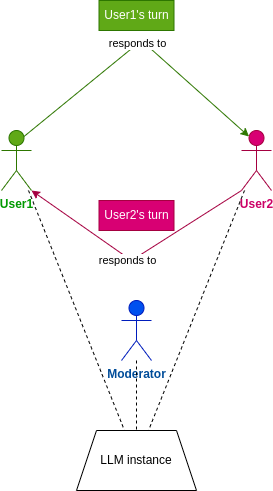
The draw.io diagram paper/resources/conversation_graph_light_part2.png in dimits-ts/llm_moderation_research, before a commit. Source tidied: cells renumbered, new cells last; positions are measured from the earlier drawing's top-left corner, leaving out a move shared by most shapes. Its diagram source:
```xml
<mxGraphModel>
  <root>
    <mxCell id="0" />
    <mxCell id="1" parent="0" />
    <mxCell id="2" value="&lt;b&gt;&lt;font color=&quot;#009900&quot;&gt;User1&lt;/font&gt;&lt;/b&gt;" style="shape=umlActor;verticalLabelPosition=bottom;verticalAlign=top;html=1;outlineConnect=0;fillColor=#60a917;fontColor=#ffffff;strokeColor=#2D7600;" parent="1" vertex="1">
      <mxGeometry y="130" width="30" height="60" as="geometry" />
    </mxCell>
    <mxCell id="3" value="&lt;b&gt;&lt;font color=&quot;#cc0066&quot;&gt;User2&lt;/font&gt;&lt;/b&gt;" style="shape=umlActor;verticalLabelPosition=bottom;verticalAlign=top;html=1;outlineConnect=0;fillColor=#d80073;fontColor=#ffffff;strokeColor=#A50040;" parent="1" vertex="1">
      <mxGeometry x="240" y="130" width="30" height="60" as="geometry" />
    </mxCell>
    <mxCell id="4" value="&lt;b&gt;&lt;font color=&quot;#004c99&quot;&gt;Moderator&lt;/font&gt;&lt;/b&gt;" style="shape=umlActor;verticalLabelPosition=bottom;verticalAlign=top;html=1;outlineConnect=0;fillColor=#0050ef;fontColor=#ffffff;strokeColor=#001DBC;" parent="1" vertex="1">
      <mxGeometry x="120" y="300" width="30" height="60" as="geometry" />
    </mxCell>
    <mxCell id="5" value="LLM instance" style="shape=trapezoid;perimeter=trapezoidPerimeter;whiteSpace=wrap;html=1;fixedSize=1;" parent="1" vertex="1">
      <mxGeometry x="75" y="430" width="120" height="60" as="geometry" />
    </mxCell>
    <mxCell id="6" style="endArrow=none;dashed=1;html=1;rounded=0;" parent="1" edge="1" source="2" target="5">
      <mxGeometry relative="1" as="geometry" />
    </mxCell>
    <mxCell id="7" style="endArrow=none;dashed=1;html=1;rounded=0;" parent="1" edge="1" source="4" target="5">
      <mxGeometry relative="1" as="geometry" />
    </mxCell>
    <mxCell id="8" style="endArrow=none;dashed=1;html=1;rounded=0;" parent="1" edge="1" source="3" target="5">
      <mxGeometry relative="1" as="geometry" />
    </mxCell>
    <mxCell id="9" style="endArrow=classic;html=1;rounded=0;exitX=0.75;exitY=0.1;exitDx=0;exitDy=0;exitPerimeter=0;entryX=0.25;entryY=0.1;entryDx=0;entryDy=0;entryPerimeter=0;fillColor=#60a917;strokeColor=#2D7600;" parent="1" edge="1" source="2" target="3">
      <mxGeometry relative="1" as="geometry">
        <Array as="points">
          <mxPoint x="140" y="40" />
        </Array>
      </mxGeometry>
    </mxCell>
    <mxCell id="10" value="responds to" style="edgeLabel;html=1;align=center;verticalAlign=middle;" parent="9" vertex="1">
      <mxGeometry x="-0.01" y="1" relative="1" as="geometry" />
    </mxCell>
    <mxCell id="11" style="endArrow=classic;html=1;rounded=0;exitX=0;exitY=1;exitDx=0;exitDy=0;exitPerimeter=0;entryX=1;entryY=1;entryDx=0;entryDy=0;entryPerimeter=0;fillColor=#d80073;strokeColor=#A50040;" parent="1" edge="1" source="3" target="2">
      <mxGeometry relative="1" as="geometry">
        <Array as="points">
          <mxPoint x="130" y="260" />
        </Array>
      </mxGeometry>
    </mxCell>
    <mxCell id="12" value="responds to" style="edgeLabel;html=1;align=center;verticalAlign=middle;" parent="11" vertex="1">
      <mxGeometry x="0.06" y="2" relative="1" as="geometry" />
    </mxCell>
    <mxCell id="13" value="User1's turn" style="text;html=1;align=center;verticalAlign=middle;whiteSpace=wrap;rounded=0;fillColor=#60a917;fontColor=#ffffff;strokeColor=#2D7600;" parent="1" vertex="1">
      <mxGeometry x="97.5" width="75" height="30" as="geometry" />
    </mxCell>
    <mxCell id="14" value="User2's turn" style="text;html=1;align=center;verticalAlign=middle;whiteSpace=wrap;rounded=0;fillColor=#d80073;fontColor=#ffffff;strokeColor=#A50040;" parent="1" vertex="1">
      <mxGeometry x="97.5" y="200" width="75" height="30" as="geometry" />
    </mxCell>
  </root>
</mxGraphModel>
```
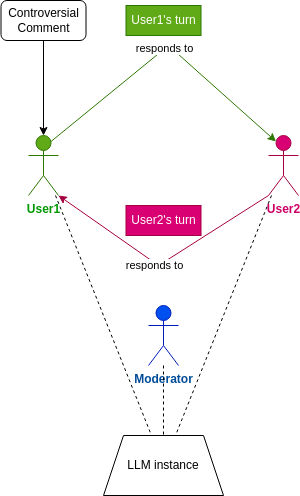
After the commit.

Commit message:
slightly rework conversation graph figs

Diff of the diagram source:
```diff
@@ -49,5 +49,11 @@
     <mxCell id="14" value="User2's turn" style="text;html=1;align=center;verticalAlign=middle;whiteSpace=wrap;rounded=0;fillColor=#d80073;fontColor=#ffffff;strokeColor=#A50040;" parent="1" vertex="1">
       <mxGeometry x="97.5" y="200" width="75" height="30" as="geometry" />
     </mxCell>
+    <mxCell id="15" value="Controversial Comment" style="rounded=1;whiteSpace=wrap;html=1;" parent="1" vertex="1">
+      <mxGeometry x="-27.5" y="-5" width="85" height="40" as="geometry" />
+    </mxCell>
+    <mxCell id="16" style="endArrow=classic;html=1;rounded=0;" parent="1" edge="1" source="15" target="2">
+      <mxGeometry relative="1" as="geometry" />
+    </mxCell>
   </root>
 </mxGraphModel>
```
